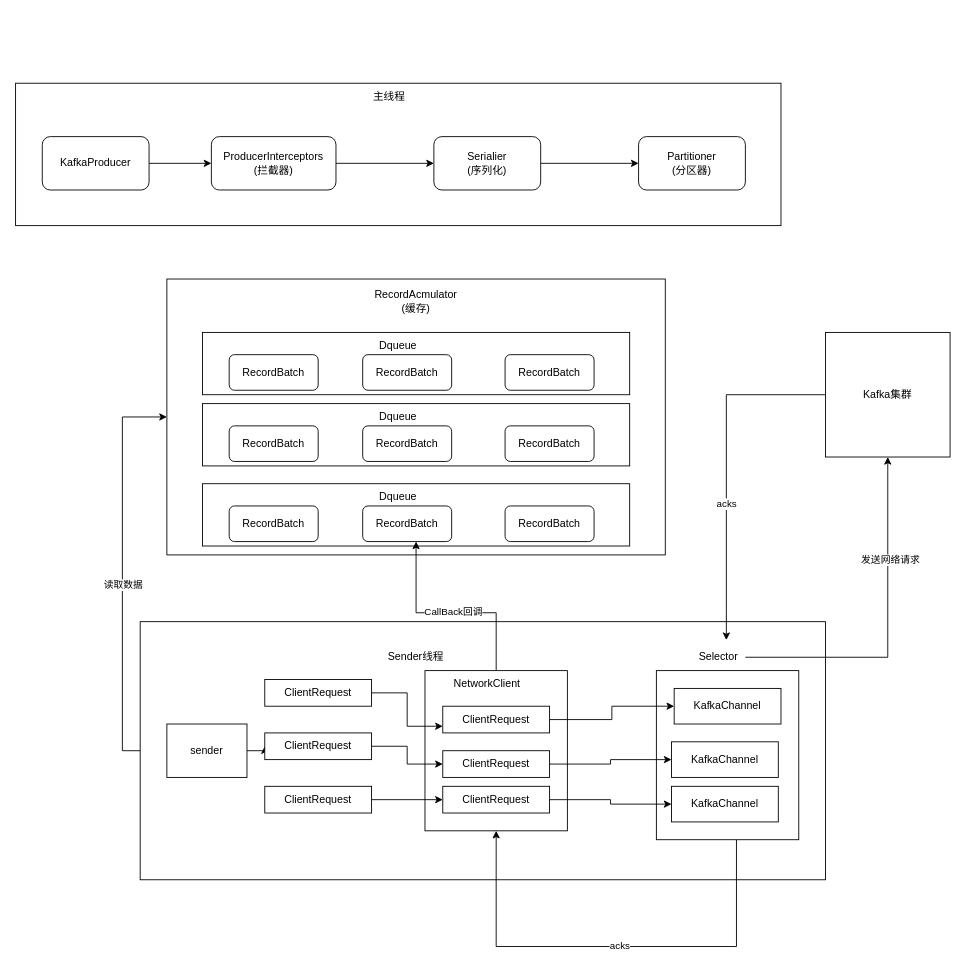
The draw.io diagram KAFKA源码.drawio in heyuan-sys/testgit, before the edit. Source tidied: cells renumbered, new cells numbered last; positions are measured from the earlier drawing's top-left corner, leaving out a move shared by most shapes. Both pictures are drawn from the tidied source at 89%, with x=0, y=0 at pixel (15, 83).
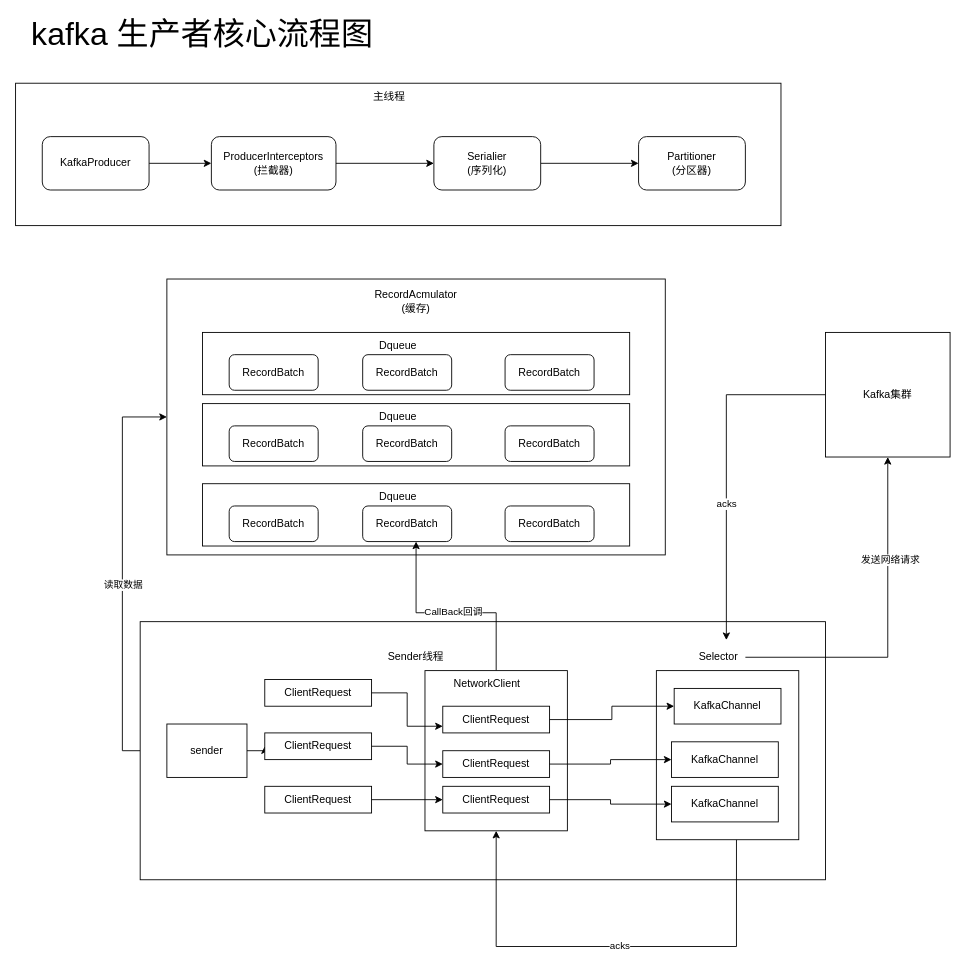
After the change.

What changed in the source:
```diff
@@
+    <mxCell id="62" value="kafka 生产者核心流程图" style="text;html=1;strokeColor=none;fillColor=none;align=center;verticalAlign=middle;whiteSpace=wrap;rounded=0;fontSize=36;" parent="1" vertex="1">
+      <mxGeometry y="-70" width="420" height="30" as="geometry" />
+    </mxCell>
```
